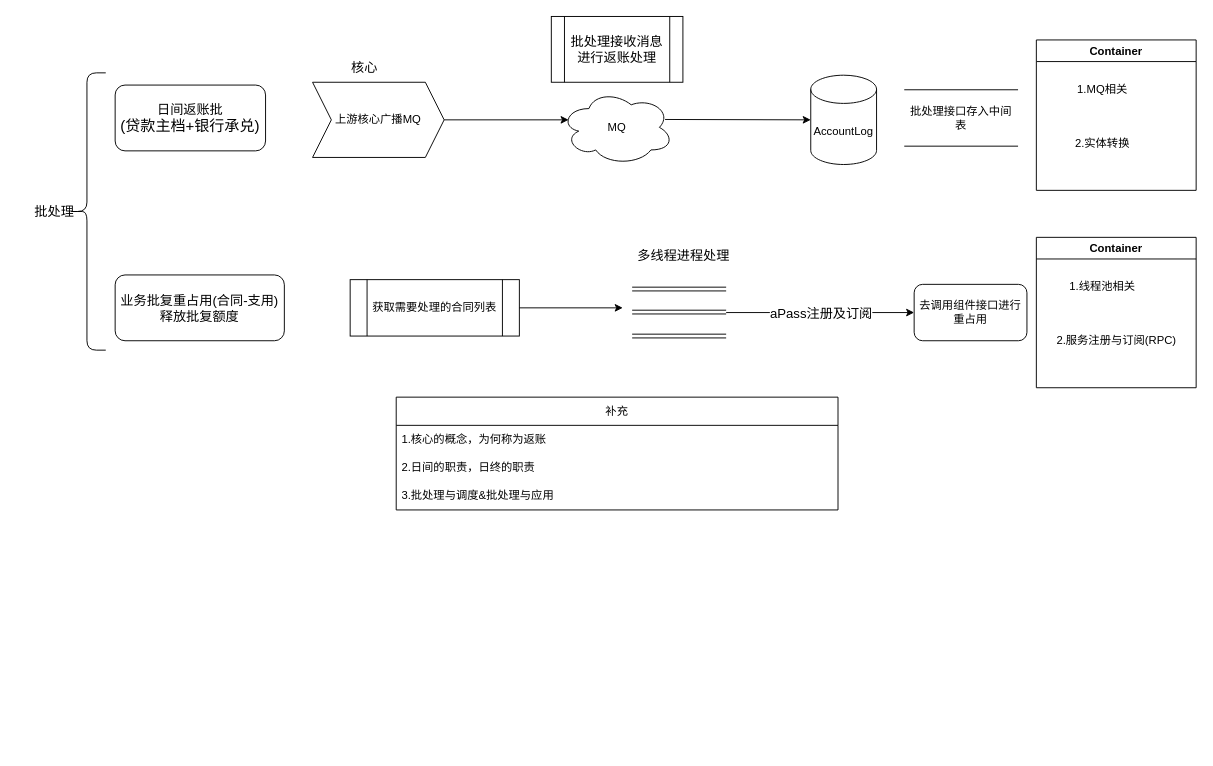
Earlier version of the draw.io diagram 批处理接口逻辑.drawio (beyondgogogo/Graph). Source tidied: cells renumbered, new cells numbered last; positions are measured from the earlier drawing's top-left corner, leaving out a move shared by most shapes. Both pictures are drawn from the tidied source at 94%, with x=0, y=0 at pixel (21, 16).
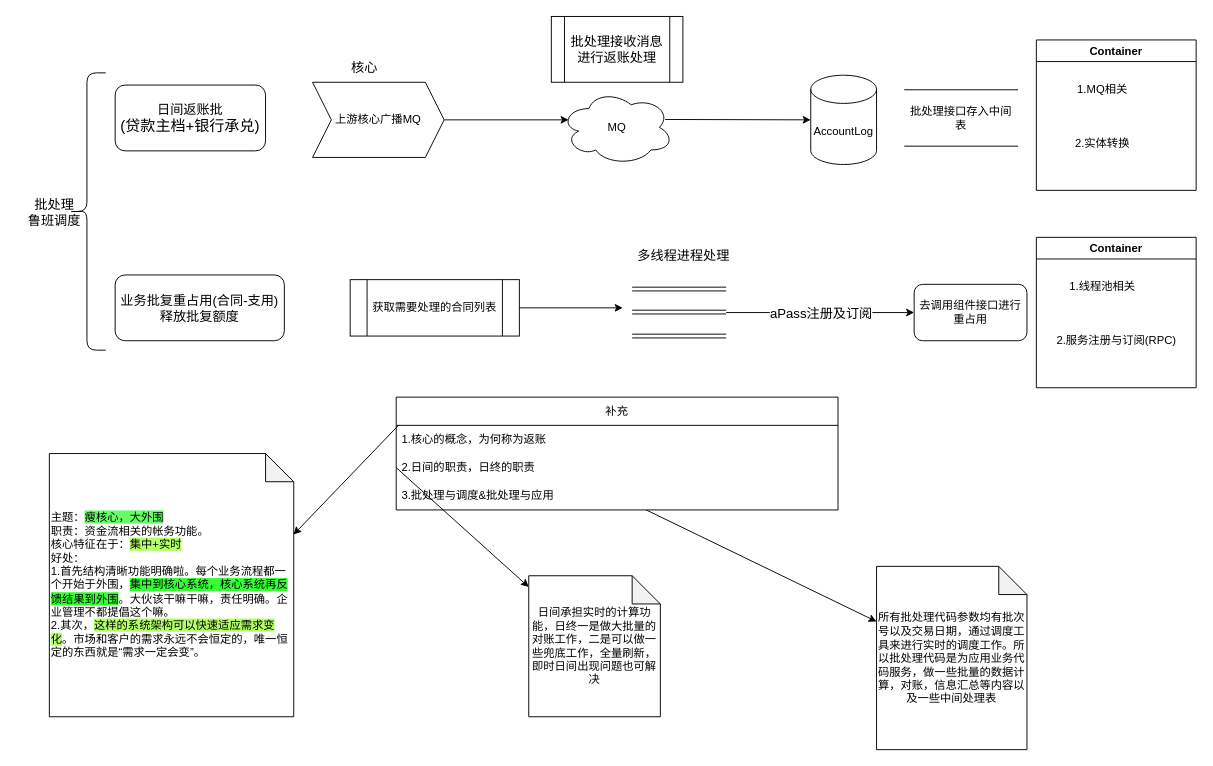
The same diagram, later.

Commit message:
更新批处理接口逻辑.drawio

The change refers to these unchanged cells:
```xml
<mxCell id="29" value="1.核心的概念，为何称为返账" style="text;strokeColor=none;fillColor=none;align=left;verticalAlign=middle;spacingLeft=4;spacingRight=4;overflow=hidden;points=[[0,0.5],[1,0.5]];portConstraint=eastwest;whiteSpace=wrap;html=1;" parent="28" vertex="1">
  <mxGeometry y="30" width="470" height="30" as="geometry" />
</mxCell>
<mxCell id="30" value="2.日间的职责，日终的职责" style="text;strokeColor=none;fillColor=none;align=left;verticalAlign=middle;spacingLeft=4;spacingRight=4;overflow=hidden;points=[[0,0.5],[1,0.5]];portConstraint=eastwest;whiteSpace=wrap;html=1;" parent="28" vertex="1">
  <mxGeometry y="60" width="470" height="30" as="geometry" />
</mxCell>
<mxCell id="31" value="3.批处理与调度&amp;amp;批处理与应用" style="text;strokeColor=none;fillColor=none;align=left;verticalAlign=middle;spacingLeft=4;spacingRight=4;overflow=hidden;points=[[0,0.5],[1,0.5]];portConstraint=eastwest;whiteSpace=wrap;html=1;" parent="28" vertex="1">
  <mxGeometry y="90" width="470" height="30" as="geometry" />
</mxCell>
```

Diff of the diagram source:
```diff
@@
-    <mxCell id="33" value="&lt;font style=&quot;font-size: 14px;&quot;&gt;批处理&lt;/font&gt;" style="text;html=1;align=center;verticalAlign=middle;strokeColor=none;fillColor=none;" parent="1" vertex="1">
-      <mxGeometry y="192.5" width="70" height="30" as="geometry" />
+    <mxCell id="33" value="&lt;font style=&quot;font-size: 14px;&quot;&gt;批处理&lt;br&gt;鲁班调度&lt;/font&gt;" style="text;html=1;align=center;verticalAlign=middle;strokeColor=none;fillColor=none;" parent="1" vertex="1">
+      <mxGeometry x="-5" y="182.5" width="80" height="50" as="geometry" />
     </mxCell>
+    <mxCell id="34" value="主题：&lt;span style=&quot;background-color: rgb(102, 255, 102);&quot;&gt;瘦核心，大外围&lt;/span&gt;&lt;div&gt;职责：资金流相关的帐务功能。&lt;/div&gt;&lt;div&gt;核心特征在于：&lt;span style=&quot;background-color: rgb(179, 255, 102);&quot;&gt;集中+实时&lt;/span&gt;&lt;/div&gt;&lt;div&gt;&lt;span style=&quot;background-color: initial;&quot;&gt;好处：&lt;/span&gt;&lt;/div&gt;&lt;div&gt;&lt;span style=&quot;background-color: initial;&quot;&gt;1.首先结构清晰功能明确啦。每个业务流程都一个开始于外围，&lt;/span&gt;&lt;span style=&quot;background-color: rgb(51, 255, 51);&quot;&gt;集中到核心系统，核心系统再反馈结果到外围&lt;/span&gt;&lt;span style=&quot;background-color: initial;&quot;&gt;。大伙该干嘛干嘛，责任明确。企业管理不都提倡这个嘛。&lt;/span&gt;&lt;div&gt;2.其次，&lt;span style=&quot;background-color: rgb(179, 255, 102);&quot;&gt;这样的系统架构可以快速适应需求变化&lt;/span&gt;。市场和客户的需求永远不会恒定的，唯一恒定的东西就是“需求一定会变”。&lt;/div&gt;&lt;/div&gt;" style="shape=note;whiteSpace=wrap;html=1;backgroundOutline=1;darkOpacity=0.05;align=left;" parent="1" vertex="1">
+      <mxGeometry x="30" y="465" width="260" height="280" as="geometry" />
+    </mxCell>
+    <mxCell id="35" value="日间承担实时的计算功能，日终一是做大批量的对账工作，二是可以做一些兜底工作，全量刷新，即时日间出现问题也可解决" style="shape=note;whiteSpace=wrap;html=1;backgroundOutline=1;darkOpacity=0.05;" parent="1" vertex="1">
+      <mxGeometry x="540" y="595" width="140" height="150" as="geometry" />
+    </mxCell>
+    <mxCell id="36" value="所有批处理代码参数均有批次号以及交易日期，通过调度工具来进行实时的调度工作。所以批处理代码是为应用业务代码服务，做一些批量的数据计算，对账，信息汇总等内容以及一些中间处理表" style="shape=note;whiteSpace=wrap;html=1;backgroundOutline=1;darkOpacity=0.05;" parent="1" vertex="1">
+      <mxGeometry x="910" y="585" width="160" height="195" as="geometry" />
+    </mxCell>
+    <mxCell id="37" style="endArrow=classic;html=1;rounded=0;exitX=0.006;exitY=-0.014;exitDx=0;exitDy=0;exitPerimeter=0;entryX=0.999;entryY=0.308;entryDx=0;entryDy=0;entryPerimeter=0;" parent="1" edge="1" source="29" target="34">
+      <mxGeometry relative="1" as="geometry" />
+    </mxCell>
+    <mxCell id="38" style="endArrow=classic;html=1;rounded=0;exitX=0;exitY=0.5;exitDx=0;exitDy=0;" parent="1" edge="1" source="30" target="35">
+      <mxGeometry relative="1" as="geometry" />
+    </mxCell>
+    <mxCell id="39" style="endArrow=classic;html=1;rounded=0;" parent="1" edge="1" source="31" target="36">
+      <mxGeometry relative="1" as="geometry" />
+    </mxCell>
```
